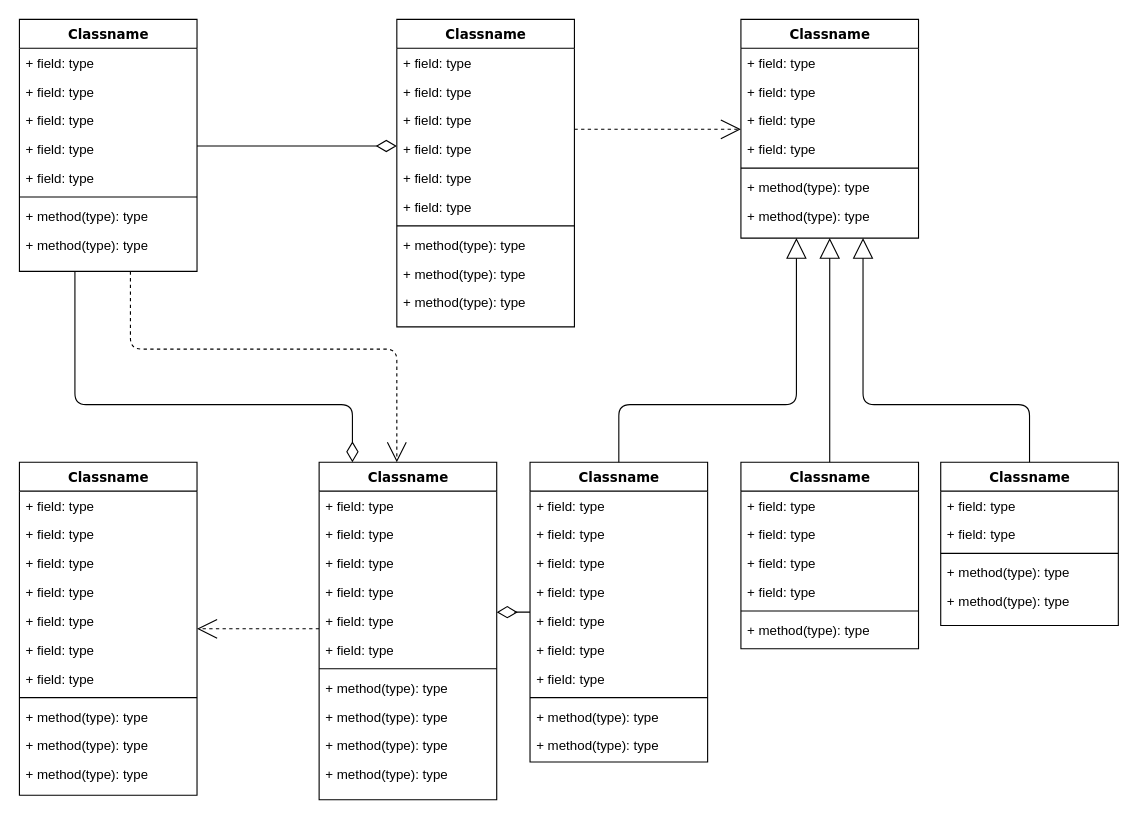
Above: Untitled Diagram.drawio in lolanto-ds/littletoolpg (draw.io), before the change. Source tidied: cells renumbered, new cells numbered last; positions are measured from the earlier drawing's top-left corner, leaving out a move shared by most shapes. Both pictures are drawn from the tidied source at 111%, with x=0, y=0 at pixel (19, 19).
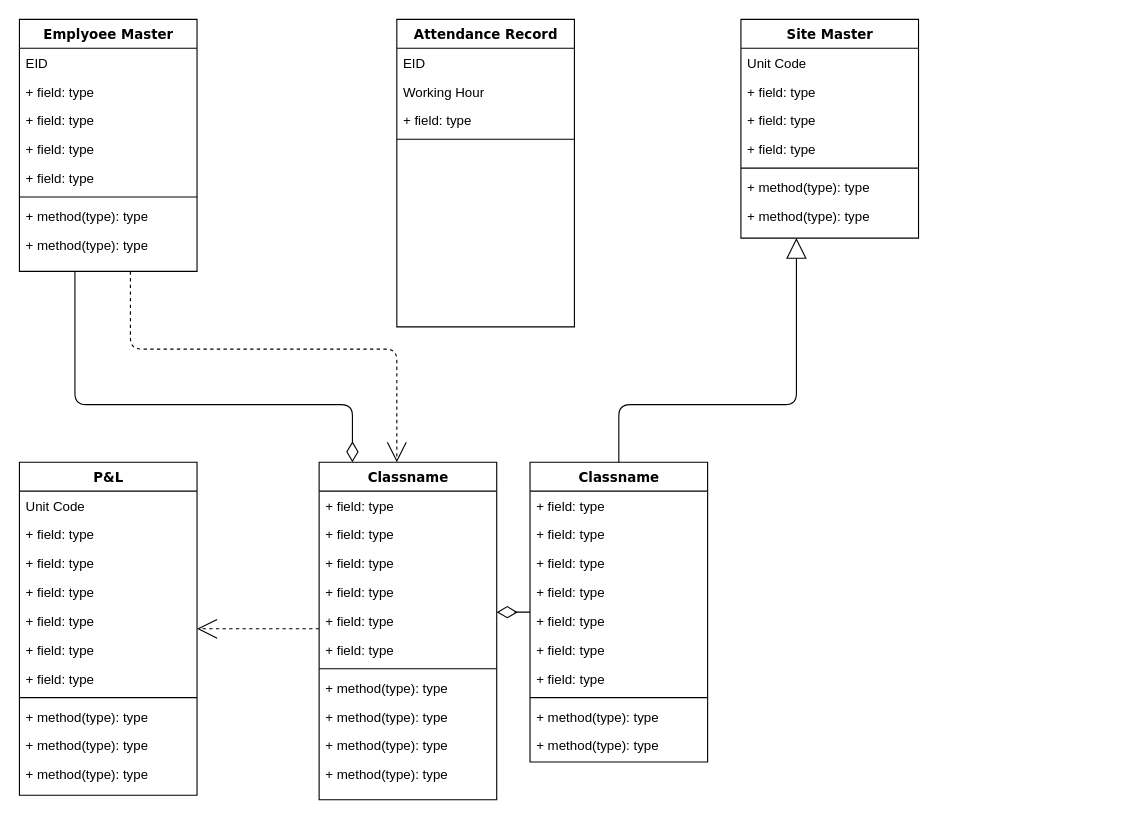
The same page after the edit.

Diff of the diagram source:
```diff
@@
-    <mxCell id="4" value="Classname" style="swimlane;html=1;fontStyle=1;align=center;verticalAlign=top;horizontal=1;startSize=26;swimlaneFillColor=#ffffff;rounded=0;shadow=0;comic=0;labelBackgroundColor=none;strokeWidth=1;fillColor=none;fontFamily=Verdana;fontSize=12;" parent="1" vertex="1">
+    <mxCell id="4" value="Emplyoee Master" style="swimlane;html=1;fontStyle=1;align=center;verticalAlign=top;horizontal=1;startSize=26;swimlaneFillColor=#ffffff;rounded=0;shadow=0;comic=0;labelBackgroundColor=none;strokeWidth=1;fillColor=none;fontFamily=Verdana;fontSize=12;" parent="1" vertex="1">
       <mxGeometry width="160" height="227" as="geometry" />
     </mxCell>
-    <mxCell id="5" value="+ field: type" style="text;html=1;strokeColor=none;fillColor=none;align=left;verticalAlign=top;spacingLeft=4;spacingRight=4;whiteSpace=wrap;overflow=hidden;" parent="4" vertex="1">
+    <mxCell id="5" value="EID" style="text;html=1;strokeColor=none;fillColor=none;align=left;verticalAlign=top;spacingLeft=4;spacingRight=4;whiteSpace=wrap;overflow=hidden;" parent="4" vertex="1">
       <mxGeometry y="26" width="160" height="26" as="geometry" />
     </mxCell>
@@
-    <mxCell id="13" style="edgeStyle=elbowEdgeStyle;html=1;labelBackgroundColor=none;startFill=0;startSize=8;endArrow=open;endFill=0;endSize=16;fontFamily=Verdana;fontSize=12;elbow=vertical;dashed=1;" parent="1" edge="1" source="14" target="25">
-      <mxGeometry relative="1" as="geometry" />
-    </mxCell>
-    <mxCell id="14" value="Classname" style="swimlane;html=1;fontStyle=1;align=center;verticalAlign=top;horizontal=1;startSize=26;swimlaneFillColor=#ffffff;rounded=0;shadow=0;comic=0;labelBackgroundColor=none;strokeWidth=1;fillColor=none;fontFamily=Verdana;fontSize=12;" parent="1" vertex="1">
+    <mxCell id="14" value="Attendance Record" style="swimlane;html=1;fontStyle=1;align=center;verticalAlign=top;horizontal=1;startSize=26;swimlaneFillColor=#ffffff;rounded=0;shadow=0;comic=0;labelBackgroundColor=none;strokeWidth=1;fillColor=none;fontFamily=Verdana;fontSize=12;" parent="1" vertex="1">
       <mxGeometry x="340" width="160" height="277" as="geometry" />
     </mxCell>
-    <mxCell id="15" value="+ field: type" style="text;html=1;strokeColor=none;fillColor=none;align=left;verticalAlign=top;spacingLeft=4;spacingRight=4;whiteSpace=wrap;overflow=hidden;" parent="14" vertex="1">
+    <mxCell id="15" value="EID" style="text;html=1;strokeColor=none;fillColor=none;align=left;verticalAlign=top;spacingLeft=4;spacingRight=4;whiteSpace=wrap;overflow=hidden;" parent="14" vertex="1">
       <mxGeometry y="26" width="160" height="26" as="geometry" />
     </mxCell>
-    <mxCell id="16" value="+ field: type" style="text;html=1;strokeColor=none;fillColor=none;align=left;verticalAlign=top;spacingLeft=4;spacingRight=4;whiteSpace=wrap;overflow=hidden;" parent="14" vertex="1">
+    <mxCell id="16" value="Working Hour" style="text;html=1;strokeColor=none;fillColor=none;align=left;verticalAlign=top;spacingLeft=4;spacingRight=4;whiteSpace=wrap;overflow=hidden;" parent="14" vertex="1">
       <mxGeometry y="52" width="160" height="26" as="geometry" />
     </mxCell>
-    <mxCell id="17" value="+ field: type" style="text;html=1;strokeColor=none;fillColor=none;align=left;verticalAlign=top;spacingLeft=4;spacingRight=4;whiteSpace=wrap;overflow=hidden;" parent="14" vertex="1">
-      <mxGeometry y="78" width="160" height="26" as="geometry" />
-    </mxCell>
-    <mxCell id="18" value="+ field: type" style="text;html=1;strokeColor=none;fillColor=none;align=left;verticalAlign=top;spacingLeft=4;spacingRight=4;whiteSpace=wrap;overflow=hidden;" parent="14" vertex="1">
-      <mxGeometry y="104" width="160" height="26" as="geometry" />
-    </mxCell>
-    <mxCell id="19" value="+ field: type" style="text;html=1;strokeColor=none;fillColor=none;align=left;verticalAlign=top;spacingLeft=4;spacingRight=4;whiteSpace=wrap;overflow=hidden;" parent="14" vertex="1">
-      <mxGeometry y="130" width="160" height="26" as="geometry" />
-    </mxCell>
     <mxCell id="20" value="+ field: type" style="text;html=1;strokeColor=none;fillColor=none;align=left;verticalAlign=top;spacingLeft=4;spacingRight=4;whiteSpace=wrap;overflow=hidden;" parent="14" vertex="1">
-      <mxGeometry y="156" width="160" height="26" as="geometry" />
+      <mxGeometry y="78" width="160" height="26" as="geometry" />
     </mxCell>
     <mxCell id="21" style="line;html=1;strokeWidth=1;fillColor=none;align=left;verticalAlign=middle;spacingTop=-1;spacingLeft=3;spacingRight=3;labelPosition=right;" parent="14" vertex="1">
-      <mxGeometry y="182" width="160" height="8" as="geometry" />
+      <mxGeometry y="104" width="160" height="8" as="geometry" />
     </mxCell>
-    <mxCell id="22" value="+ method(type): type" style="text;html=1;strokeColor=none;fillColor=none;align=left;verticalAlign=top;spacingLeft=4;spacingRight=4;whiteSpace=wrap;overflow=hidden;" parent="14" vertex="1">
-      <mxGeometry y="190" width="160" height="26" as="geometry" />
-    </mxCell>
-    <mxCell id="23" value="+ method(type): type" style="text;html=1;strokeColor=none;fillColor=none;align=left;verticalAlign=top;spacingLeft=4;spacingRight=4;whiteSpace=wrap;overflow=hidden;" parent="14" vertex="1">
-      <mxGeometry y="216" width="160" height="26" as="geometry" />
-    </mxCell>
-    <mxCell id="24" value="+ method(type): type" style="text;html=1;strokeColor=none;fillColor=none;align=left;verticalAlign=top;spacingLeft=4;spacingRight=4;whiteSpace=wrap;overflow=hidden;" parent="14" vertex="1">
-      <mxGeometry y="242" width="160" height="26" as="geometry" />
-    </mxCell>
-    <mxCell id="25" value="Classname" style="swimlane;html=1;fontStyle=1;align=center;verticalAlign=top;horizontal=1;startSize=26;swimlaneFillColor=#ffffff;rounded=0;shadow=0;comic=0;labelBackgroundColor=none;strokeWidth=1;fillColor=none;fontFamily=Verdana;fontSize=12;" parent="1" vertex="1">
+    <mxCell id="25" value="Site Master" style="swimlane;html=1;fontStyle=1;align=center;verticalAlign=top;horizontal=1;startSize=26;swimlaneFillColor=#ffffff;rounded=0;shadow=0;comic=0;labelBackgroundColor=none;strokeWidth=1;fillColor=none;fontFamily=Verdana;fontSize=12;" parent="1" vertex="1">
       <mxGeometry x="650" width="160" height="197" as="geometry" />
     </mxCell>
-    <mxCell id="26" value="+ field: type" style="text;html=1;strokeColor=none;fillColor=none;align=left;verticalAlign=top;spacingLeft=4;spacingRight=4;whiteSpace=wrap;overflow=hidden;" parent="25" vertex="1">
+    <mxCell id="26" value="Unit Code" style="text;html=1;strokeColor=none;fillColor=none;align=left;verticalAlign=top;spacingLeft=4;spacingRight=4;whiteSpace=wrap;overflow=hidden;" parent="25" vertex="1">
       <mxGeometry y="26" width="160" height="26" as="geometry" />
     </mxCell>
@@
-    <mxCell id="34" value="Classname" style="swimlane;html=1;fontStyle=1;align=center;verticalAlign=top;horizontal=1;startSize=26;swimlaneFillColor=#ffffff;rounded=0;shadow=0;comic=0;labelBackgroundColor=none;strokeWidth=1;fillColor=none;fontFamily=Verdana;fontSize=12;" parent="1" vertex="1">
+    <mxCell id="34" value="P&amp;amp;L" style="swimlane;html=1;fontStyle=1;align=center;verticalAlign=top;horizontal=1;startSize=26;swimlaneFillColor=#ffffff;rounded=0;shadow=0;comic=0;labelBackgroundColor=none;strokeWidth=1;fillColor=none;fontFamily=Verdana;fontSize=12;" parent="1" vertex="1">
       <mxGeometry y="399" width="160" height="300" as="geometry" />
     </mxCell>
-    <mxCell id="35" value="+ field: type" style="text;html=1;strokeColor=none;fillColor=none;align=left;verticalAlign=top;spacingLeft=4;spacingRight=4;whiteSpace=wrap;overflow=hidden;" parent="34" vertex="1">
+    <mxCell id="35" value="Unit Code" style="text;html=1;strokeColor=none;fillColor=none;align=left;verticalAlign=top;spacingLeft=4;spacingRight=4;whiteSpace=wrap;overflow=hidden;" parent="34" vertex="1">
       <mxGeometry y="26" width="160" height="26" as="geometry" />
     </mxCell>
@@
-    <mxCell id="71" style="edgeStyle=orthogonalEdgeStyle;html=1;labelBackgroundColor=none;startFill=0;startSize=8;endArrow=block;endFill=0;endSize=16;fontFamily=Verdana;fontSize=12;" parent="1" edge="1" source="72" target="25">
-      <mxGeometry relative="1" as="geometry" />
-    </mxCell>
-    <mxCell id="72" value="Classname" style="swimlane;html=1;fontStyle=1;align=center;verticalAlign=top;horizontal=1;startSize=26;swimlaneFillColor=#ffffff;rounded=0;shadow=0;comic=0;labelBackgroundColor=none;strokeWidth=1;fillColor=none;fontFamily=Verdana;fontSize=12;" parent="1" vertex="1">
-      <mxGeometry x="650" y="399" width="160" height="168" as="geometry" />
-    </mxCell>
-    <mxCell id="73" value="+ field: type" style="text;html=1;strokeColor=none;fillColor=none;align=left;verticalAlign=top;spacingLeft=4;spacingRight=4;whiteSpace=wrap;overflow=hidden;" parent="72" vertex="1">
-      <mxGeometry y="26" width="160" height="26" as="geometry" />
-    </mxCell>
-    <mxCell id="74" value="+ field: type" style="text;html=1;strokeColor=none;fillColor=none;align=left;verticalAlign=top;spacingLeft=4;spacingRight=4;whiteSpace=wrap;overflow=hidden;" parent="72" vertex="1">
-      <mxGeometry y="52" width="160" height="26" as="geometry" />
-    </mxCell>
-    <mxCell id="75" value="+ field: type" style="text;html=1;strokeColor=none;fillColor=none;align=left;verticalAlign=top;spacingLeft=4;spacingRight=4;whiteSpace=wrap;overflow=hidden;" parent="72" vertex="1">
-      <mxGeometry y="78" width="160" height="26" as="geometry" />
-    </mxCell>
-    <mxCell id="76" value="+ field: type" style="text;html=1;strokeColor=none;fillColor=none;align=left;verticalAlign=top;spacingLeft=4;spacingRight=4;whiteSpace=wrap;overflow=hidden;" parent="72" vertex="1">
-      <mxGeometry y="104" width="160" height="26" as="geometry" />
-    </mxCell>
-    <mxCell id="77" style="line;html=1;strokeWidth=1;fillColor=none;align=left;verticalAlign=middle;spacingTop=-1;spacingLeft=3;spacingRight=3;labelPosition=right;" parent="72" vertex="1">
-      <mxGeometry y="130" width="160" height="8" as="geometry" />
-    </mxCell>
-    <mxCell id="78" value="+ method(type): type" style="text;html=1;strokeColor=none;fillColor=none;align=left;verticalAlign=top;spacingLeft=4;spacingRight=4;whiteSpace=wrap;overflow=hidden;" parent="72" vertex="1">
-      <mxGeometry y="138" width="160" height="26" as="geometry" />
-    </mxCell>
-    <mxCell id="79" style="edgeStyle=orthogonalEdgeStyle;html=1;labelBackgroundColor=none;startFill=0;startSize=8;endArrow=block;endFill=0;endSize=16;fontFamily=Verdana;fontSize=12;" parent="1" edge="1" source="80" target="25">
-      <mxGeometry relative="1" as="geometry">
-        <Array as="points">
-          <mxPoint x="910" y="347" />
-          <mxPoint x="760" y="347" />
-        </Array>
-      </mxGeometry>
-    </mxCell>
-    <mxCell id="80" value="Classname" style="swimlane;html=1;fontStyle=1;align=center;verticalAlign=top;horizontal=1;startSize=26;swimlaneFillColor=#ffffff;rounded=0;shadow=0;comic=0;labelBackgroundColor=none;strokeWidth=1;fillColor=none;fontFamily=Verdana;fontSize=12;" parent="1" vertex="1">
-      <mxGeometry x="830" y="399" width="160" height="147" as="geometry" />
-    </mxCell>
-    <mxCell id="81" value="+ field: type" style="text;html=1;strokeColor=none;fillColor=none;align=left;verticalAlign=top;spacingLeft=4;spacingRight=4;whiteSpace=wrap;overflow=hidden;" parent="80" vertex="1">
-      <mxGeometry y="26" width="160" height="26" as="geometry" />
-    </mxCell>
-    <mxCell id="82" value="+ field: type" style="text;html=1;strokeColor=none;fillColor=none;align=left;verticalAlign=top;spacingLeft=4;spacingRight=4;whiteSpace=wrap;overflow=hidden;" parent="80" vertex="1">
-      <mxGeometry y="52" width="160" height="26" as="geometry" />
-    </mxCell>
-    <mxCell id="83" style="line;html=1;strokeWidth=1;fillColor=none;align=left;verticalAlign=middle;spacingTop=-1;spacingLeft=3;spacingRight=3;labelPosition=right;" parent="80" vertex="1">
-      <mxGeometry y="78" width="160" height="8" as="geometry" />
-    </mxCell>
-    <mxCell id="84" value="+ method(type): type" style="text;html=1;strokeColor=none;fillColor=none;align=left;verticalAlign=top;spacingLeft=4;spacingRight=4;whiteSpace=wrap;overflow=hidden;" parent="80" vertex="1">
-      <mxGeometry y="86" width="160" height="26" as="geometry" />
-    </mxCell>
-    <mxCell id="85" value="+ method(type): type" style="text;html=1;strokeColor=none;fillColor=none;align=left;verticalAlign=top;spacingLeft=4;spacingRight=4;whiteSpace=wrap;overflow=hidden;" parent="80" vertex="1">
-      <mxGeometry y="112" width="160" height="26" as="geometry" />
-    </mxCell>
-    <mxCell id="86" style="edgeStyle=elbowEdgeStyle;html=1;labelBackgroundColor=none;startFill=0;startSize=8;endArrow=diamondThin;endFill=0;endSize=16;fontFamily=Verdana;fontSize=12;elbow=vertical;" parent="1" edge="1" source="4" target="14">
-      <mxGeometry relative="1" as="geometry" />
-    </mxCell>
```
